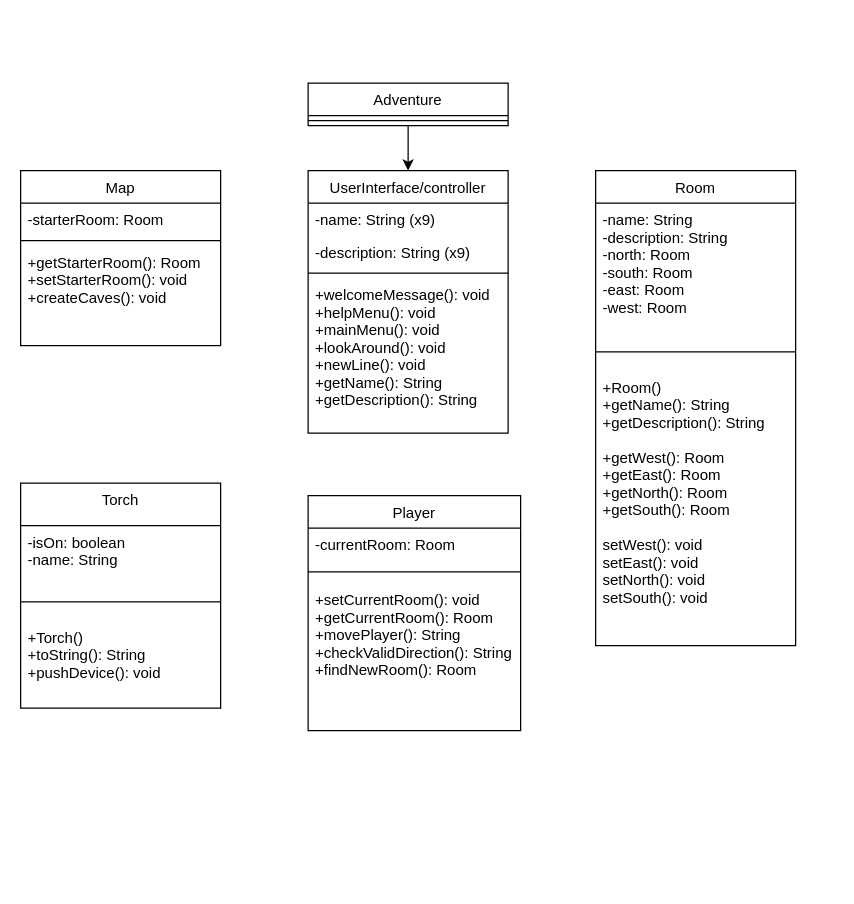
tomm8231/adventureGame keeps this draw.io diagram as Untitled Diagram.drawio. Above is the earlier version. Source tidied: cells renumbered, new cells numbered last; positions are measured from the earlier drawing's top-left corner, leaving out a move shared by most shapes. Both pictures are drawn from the tidied source at 125%, with x=0, y=0 at pixel (20, 82).
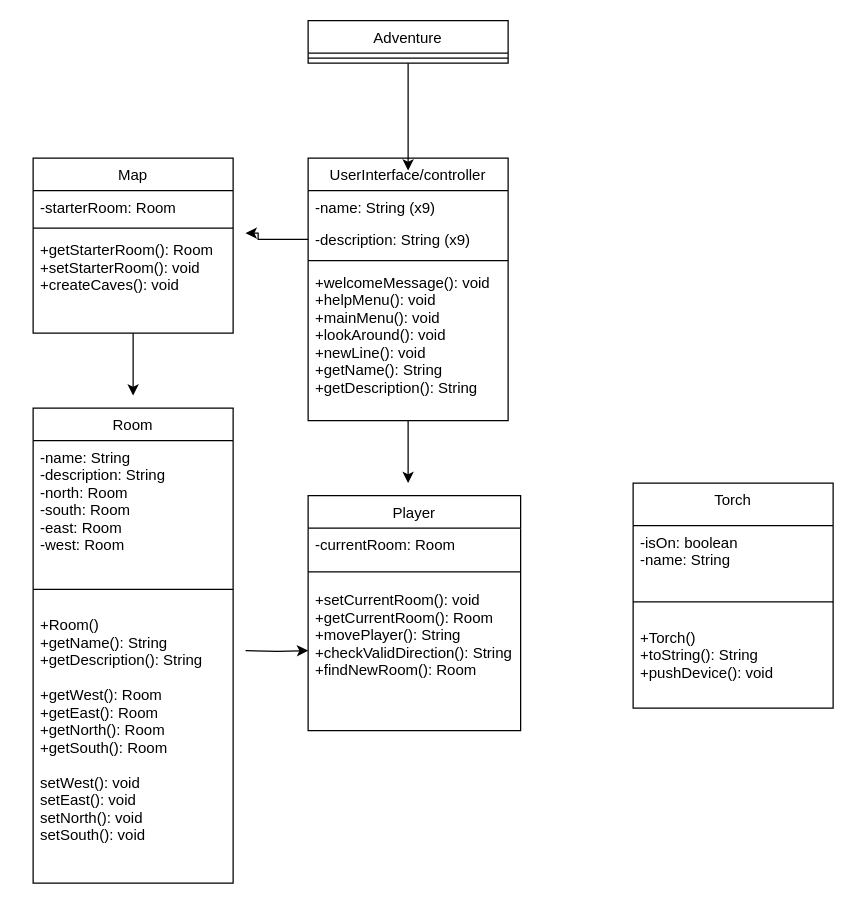
The same diagram, later.

The change refers to these unchanged cells:
```xml
<mxCell id="4" value="-description: String (x9)" style="text;align=left;verticalAlign=top;spacingLeft=4;spacingRight=4;overflow=hidden;points=[[0,0.5],[1,0.5]];portConstraint=eastwest;rounded=0;shadow=0;html=0;" parent="2" vertex="1">
  <mxGeometry y="52" width="160" height="26" as="geometry" />
</mxCell>
<mxCell id="13" value="+setCurrentRoom(): void&#10;+getCurrentRoom(): Room&#10;+movePlayer(): String&#10;+checkValidDirection(): String&#10;+findNewRoom(): Room" style="text;align=left;verticalAlign=top;spacingLeft=4;spacingRight=4;overflow=hidden;points=[[0,0.5],[1,0.5]];portConstraint=eastwest;" parent="10" vertex="1">
  <mxGeometry y="70" width="170" height="108" as="geometry" />
</mxCell>
```

Diff of the diagram source:
```diff
@@
+    <mxCell id="26" style="edgeStyle=orthogonalEdgeStyle;rounded=0;jettySize=auto;html=1;" parent="1" edge="1" source="2">
+      <mxGeometry relative="1" as="geometry">
+        <mxPoint x="310" y="320" as="targetPoint" />
+      </mxGeometry>
+    </mxCell>
     <mxCell id="2" value="UserInterface/controller" style="swimlane;fontStyle=0;align=center;verticalAlign=top;horizontal=1;startSize=26;rounded=0;shadow=0;strokeWidth=1;" parent="1" vertex="1">
-      <mxGeometry x="230" y="70" width="160" height="210" as="geometry" />
+      <mxGeometry x="230" y="60" width="160" height="210" as="geometry" />
     </mxCell>
@@
     <mxCell id="8" value="Adventure&#10;" style="swimlane;fontStyle=0;align=center;verticalAlign=top;horizontal=1;startSize=26;rounded=0;shadow=0;strokeWidth=1;" parent="1" vertex="1">
-      <mxGeometry x="230" width="160" height="34" as="geometry" />
+      <mxGeometry x="230" y="-50" width="160" height="34" as="geometry" />
     </mxCell>
@@
+    <mxCell id="27" style="edgeStyle=orthogonalEdgeStyle;rounded=0;jettySize=auto;html=1;" parent="1" edge="1" source="14">
+      <mxGeometry relative="1" as="geometry">
+        <mxPoint x="90" y="250" as="targetPoint" />
+      </mxGeometry>
+    </mxCell>
     <mxCell id="14" value="Map" style="swimlane;fontStyle=0;align=center;verticalAlign=top;horizontal=1;startSize=26;rounded=0;shadow=0;strokeWidth=1;" parent="1" vertex="1">
-      <mxGeometry y="70" width="160" height="140" as="geometry" />
+      <mxGeometry x="10" y="60" width="160" height="140" as="geometry" />
     </mxCell>
@@
     <mxCell id="18" value="Torch" style="swimlane;fontStyle=0;align=center;verticalAlign=top;horizontal=1;startSize=34;rounded=0;shadow=0;strokeWidth=1;" parent="1" vertex="1">
-      <mxGeometry y="320" width="160" height="180" as="geometry" />
+      <mxGeometry x="490" y="320" width="160" height="180" as="geometry" />
     </mxCell>
@@
     <mxCell id="22" value="Room&#10;" style="swimlane;fontStyle=0;align=center;verticalAlign=top;horizontal=1;startSize=26;rounded=0;shadow=0;strokeWidth=1;" parent="1" vertex="1">
-      <mxGeometry x="460" y="70" width="160" height="380" as="geometry" />
+      <mxGeometry x="10" y="260" width="160" height="380" as="geometry" />
     </mxCell>
@@
+    <mxCell id="28" style="edgeStyle=orthogonalEdgeStyle;rounded=0;jettySize=auto;html=1;" parent="1" edge="1" source="4">
+      <mxGeometry relative="1" as="geometry">
+        <mxPoint x="180" y="120" as="targetPoint" />
+        <Array as="points">
+          <mxPoint x="190" y="125" />
+          <mxPoint x="190" y="120" />
+        </Array>
+      </mxGeometry>
+    </mxCell>
+    <mxCell id="29" style="edgeStyle=orthogonalEdgeStyle;rounded=0;jettySize=auto;html=1;" parent="1" edge="1" target="13">
+      <mxGeometry relative="1" as="geometry">
+        <mxPoint x="180" y="454" as="sourcePoint" />
+      </mxGeometry>
+    </mxCell>
```
